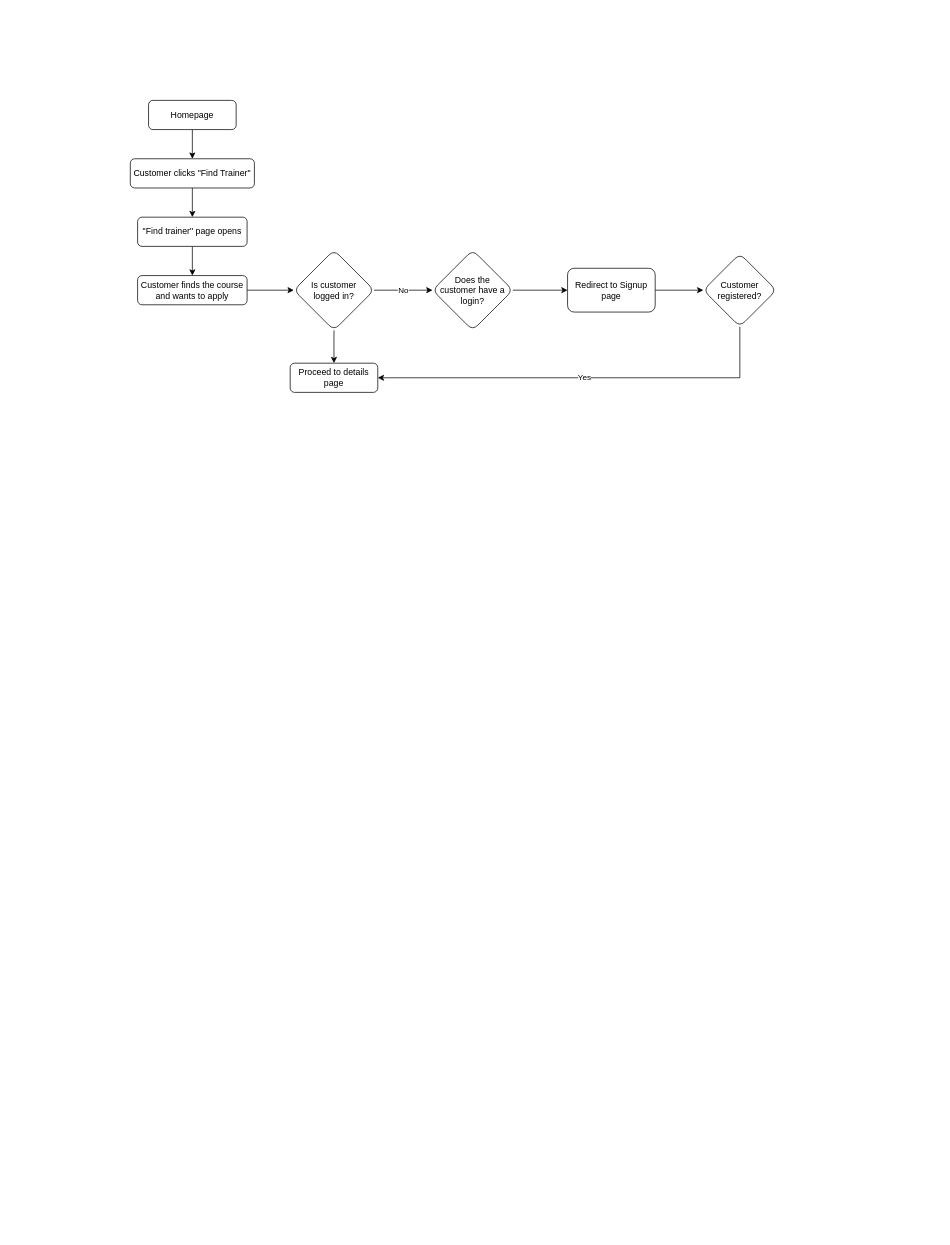
Above: page "Course Registration" (1 of 6) of myt-page-workflow.drawio in Emmaroeneyoh/urgent-myt (draw.io), before the change. Source tidied: cells renumbered, new cells numbered last; positions are measured from the earlier drawing's top-left corner, leaving out a move shared by most shapes. Both pictures are drawn from the tidied source at 73%, with x=0, y=0 at pixel (130, 100).
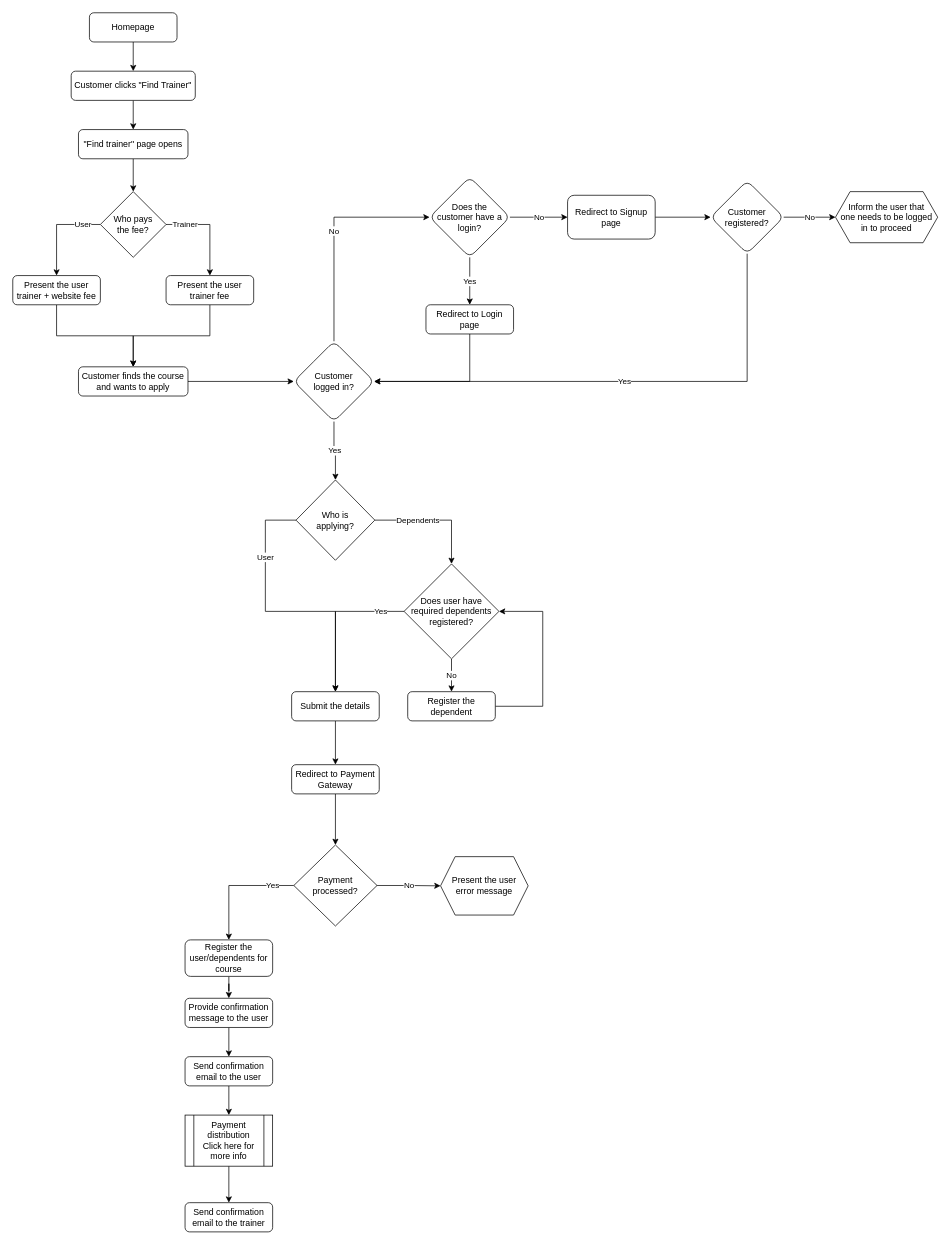
The same page after the edit.

Diff of the diagram source:
```diff
@@
     <mxCell id="3" value="Homepage" style="rounded=1;whiteSpace=wrap;html=1;fontSize=12;glass=0;strokeWidth=1;shadow=0;" parent="1" vertex="1">
-      <mxGeometry x="25" width="120" height="40" as="geometry" />
+      <mxGeometry x="-56" y="-120" width="120" height="40" as="geometry" />
     </mxCell>
@@
     <mxCell id="5" value="Customer clicks &quot;Find Trainer&quot;" style="rounded=1;whiteSpace=wrap;html=1;" parent="1" vertex="1">
-      <mxGeometry y="80" width="170" height="40" as="geometry" />
+      <mxGeometry x="-81" y="-40" width="170" height="40" as="geometry" />
     </mxCell>
-    <mxCell id="6" style="edgeStyle=orthogonalEdgeStyle;rounded=0;jettySize=auto;html=1;" parent="1" edge="1" source="7" target="9">
-      <mxGeometry relative="1" as="geometry" />
-    </mxCell>
+    <mxCell id="20" style="edgeStyle=orthogonalEdgeStyle;rounded=0;jettySize=auto;html=1;" parent="1" edge="1" source="7" target="49">
+      <mxGeometry relative="1" as="geometry" />
+    </mxCell>
     <mxCell id="7" value="&quot;Find trainer&quot; page opens" style="rounded=1;whiteSpace=wrap;html=1;" parent="1" vertex="1">
-      <mxGeometry x="10" y="160" width="150" height="40" as="geometry" />
+      <mxGeometry x="-71" y="40" width="150" height="40" as="geometry" />
     </mxCell>
-    <mxCell id="8" style="edgeStyle=orthogonalEdgeStyle;rounded=0;jettySize=auto;html=1;" parent="1" edge="1" source="9" target="12">
+    <mxCell id="8" style="edgeStyle=orthogonalEdgeStyle;rounded=0;jettySize=auto;html=1;entryX=0;entryY=0.5;entryDx=0;entryDy=0;" parent="1" edge="1" source="9" target="12">
       <mxGeometry relative="1" as="geometry" />
     </mxCell>
     <mxCell id="9" value="Customer finds the course and wants to apply" style="whiteSpace=wrap;html=1;rounded=1;" parent="1" vertex="1">
-      <mxGeometry x="10" y="240" width="150" height="40" as="geometry" />
+      <mxGeometry x="-71" y="365" width="150" height="40" as="geometry" />
     </mxCell>
-    <mxCell id="10" value="No" style="edgeStyle=orthogonalEdgeStyle;rounded=0;jettySize=auto;html=1;" parent="1" edge="1" source="12" target="14">
+    <mxCell id="10" value="No" style="edgeStyle=orthogonalEdgeStyle;rounded=0;jettySize=auto;html=1;exitX=0.5;exitY=0;exitDx=0;exitDy=0;entryX=0;entryY=0.5;entryDx=0;entryDy=0;" parent="1" edge="1" source="12" target="14">
       <mxGeometry relative="1" as="geometry" />
     </mxCell>
-    <mxCell id="11" style="edgeStyle=orthogonalEdgeStyle;rounded=0;jettySize=auto;html=1;" parent="1" edge="1" source="12" target="15">
+    <mxCell id="11" value="Yes" style="edgeStyle=orthogonalEdgeStyle;rounded=0;jettySize=auto;html=1;entryX=0.5;entryY=0;entryDx=0;entryDy=0;" parent="1" edge="1" source="12" target="28">
       <mxGeometry relative="1" as="geometry" />
     </mxCell>
-    <mxCell id="12" value="Is customer&lt;br&gt;logged in?" style="rhombus;whiteSpace=wrap;html=1;rounded=1;" parent="1" vertex="1">
-      <mxGeometry x="224" y="205" width="110" height="110" as="geometry" />
+    <mxCell id="12" value="Customer&lt;br&gt;logged in?" style="rhombus;whiteSpace=wrap;html=1;rounded=1;" parent="1" vertex="1">
+      <mxGeometry x="224" y="330" width="110" height="110" as="geometry" />
     </mxCell>
-    <mxCell id="13" style="edgeStyle=orthogonalEdgeStyle;rounded=0;jettySize=auto;html=1;" parent="1" edge="1" source="14" target="17">
+    <mxCell id="13" value="No" style="edgeStyle=orthogonalEdgeStyle;rounded=0;jettySize=auto;html=1;" parent="1" edge="1" source="14" target="17">
       <mxGeometry relative="1" as="geometry" />
     </mxCell>
+    <mxCell id="21" value="Yes" style="edgeStyle=orthogonalEdgeStyle;rounded=0;jettySize=auto;html=1;" parent="1" edge="1" source="14" target="24">
+      <mxGeometry relative="1" as="geometry" />
+    </mxCell>
     <mxCell id="14" value="Does the&lt;br&gt;customer have a login?" style="rhombus;whiteSpace=wrap;html=1;rounded=1;" parent="1" vertex="1">
-      <mxGeometry x="414" y="205" width="110" height="110" as="geometry" />
+      <mxGeometry x="410" y="105" width="110" height="110" as="geometry" />
     </mxCell>
-    <mxCell id="15" value="Proceed to details page" style="whiteSpace=wrap;html=1;rounded=1;" parent="1" vertex="1">
-      <mxGeometry x="219" y="360" width="120" height="40" as="geometry" />
-    </mxCell>
@@
     <mxCell id="17" value="Redirect to Signup page" style="whiteSpace=wrap;html=1;rounded=1;" parent="1" vertex="1">
-      <mxGeometry x="599" y="230" width="120" height="60" as="geometry" />
+      <mxGeometry x="599" y="130" width="120" height="60" as="geometry" />
     </mxCell>
-    <mxCell id="18" value="Yes" style="edgeStyle=orthogonalEdgeStyle;rounded=0;jettySize=auto;html=1;exitX=0.5;exitY=1;exitDx=0;exitDy=0;entryX=1;entryY=0.5;entryDx=0;entryDy=0;" parent="1" edge="1" source="19" target="15">
+    <mxCell id="18" value="Yes" style="edgeStyle=orthogonalEdgeStyle;rounded=0;jettySize=auto;html=1;exitX=0.5;exitY=1;exitDx=0;exitDy=0;entryX=1;entryY=0.5;entryDx=0;entryDy=0;" parent="1" edge="1" source="19" target="12">
       <mxGeometry relative="1" as="geometry" />
     </mxCell>
+    <mxCell id="22" value="No" style="edgeStyle=orthogonalEdgeStyle;rounded=0;jettySize=auto;html=1;exitX=1;exitY=0.5;exitDx=0;exitDy=0;entryX=0;entryY=0.5;entryDx=0;entryDy=0;" parent="1" edge="1" source="19" target="25">
+      <mxGeometry relative="1" as="geometry" />
+    </mxCell>
     <mxCell id="19" value="Customer registered?" style="rhombus;whiteSpace=wrap;html=1;rounded=1;" parent="1" vertex="1">
-      <mxGeometry x="785" y="210" width="100" height="100" as="geometry" />
+      <mxGeometry x="795" y="110" width="100" height="100" as="geometry" />
     </mxCell>
+    <mxCell id="23" style="edgeStyle=orthogonalEdgeStyle;rounded=0;jettySize=auto;html=1;entryX=1;entryY=0.5;entryDx=0;entryDy=0;exitX=0.5;exitY=1;exitDx=0;exitDy=0;" parent="1" edge="1" source="24" target="12">
+      <mxGeometry relative="1" as="geometry" />
+    </mxCell>
+    <mxCell id="24" value="Redirect to Login page" style="whiteSpace=wrap;html=1;rounded=1;" parent="1" vertex="1">
+      <mxGeometry x="405" y="280" width="120" height="40" as="geometry" />
+    </mxCell>
+    <mxCell id="25" value="Inform the user that&lt;br&gt;one needs to be logged in to proceed" style="shape=hexagon;perimeter=hexagonPerimeter2;whiteSpace=wrap;html=1;fixedSize=1;" parent="1" vertex="1">
+      <mxGeometry x="966" y="125" width="140" height="70" as="geometry" />
+    </mxCell>
+    <mxCell id="26" value="Dependents" style="edgeStyle=orthogonalEdgeStyle;rounded=0;jettySize=auto;html=1;entryX=0.5;entryY=0;entryDx=0;entryDy=0;" parent="1" edge="1" source="28" target="31">
+      <mxGeometry x="-0.29" relative="1" as="geometry" />
+    </mxCell>
+    <mxCell id="27" value="User" style="edgeStyle=orthogonalEdgeStyle;rounded=0;jettySize=auto;html=1;entryX=0.5;entryY=0;entryDx=0;entryDy=0;exitX=0;exitY=0.5;exitDx=0;exitDy=0;" parent="1" edge="1" source="28" target="33">
+      <mxGeometry x="-0.5" relative="1" as="geometry">
+        <Array as="points">
+          <mxPoint x="185" y="575" />
+          <mxPoint x="185" y="700" />
+          <mxPoint x="281" y="700" />
+        </Array>
+      </mxGeometry>
+    </mxCell>
+    <mxCell id="28" value="Who is&lt;br&gt;applying?" style="rhombus;whiteSpace=wrap;html=1;" parent="1" vertex="1">
+      <mxGeometry x="227" y="520" width="108" height="110" as="geometry" />
+    </mxCell>
+    <mxCell id="29" value="Yes" style="edgeStyle=orthogonalEdgeStyle;rounded=0;jettySize=auto;html=1;entryX=0.5;entryY=0;entryDx=0;entryDy=0;" parent="1" edge="1" source="31" target="33">
+      <mxGeometry x="-0.69" relative="1" as="geometry" />
+    </mxCell>
+    <mxCell id="30" value="No" style="edgeStyle=orthogonalEdgeStyle;rounded=0;jettySize=auto;html=1;entryX=0.5;entryY=0;entryDx=0;entryDy=0;" parent="1" edge="1" source="31" target="35">
+      <mxGeometry relative="1" as="geometry" />
+    </mxCell>
+    <mxCell id="31" value="Does user have required dependents&lt;br&gt;registered?" style="rhombus;whiteSpace=wrap;html=1;" parent="1" vertex="1">
+      <mxGeometry x="375" y="635" width="130" height="130" as="geometry" />
+    </mxCell>
+    <mxCell id="32" style="edgeStyle=orthogonalEdgeStyle;rounded=0;jettySize=auto;html=1;" parent="1" edge="1" source="33" target="37">
+      <mxGeometry relative="1" as="geometry" />
+    </mxCell>
+    <mxCell id="33" value="Submit the details" style="rounded=1;whiteSpace=wrap;html=1;" parent="1" vertex="1">
+      <mxGeometry x="221" y="810" width="120" height="40" as="geometry" />
+    </mxCell>
+    <mxCell id="34" style="edgeStyle=orthogonalEdgeStyle;rounded=0;jettySize=auto;html=1;entryX=1;entryY=0.5;entryDx=0;entryDy=0;exitX=1;exitY=0.5;exitDx=0;exitDy=0;" parent="1" edge="1" source="35" target="31">
+      <mxGeometry relative="1" as="geometry">
+        <Array as="points">
+          <mxPoint x="565" y="830" />
+          <mxPoint x="565" y="700" />
+        </Array>
+      </mxGeometry>
+    </mxCell>
+    <mxCell id="35" value="Register the dependent" style="rounded=1;whiteSpace=wrap;html=1;" parent="1" vertex="1">
+      <mxGeometry x="380" y="810" width="120" height="40" as="geometry" />
+    </mxCell>
+    <mxCell id="36" style="edgeStyle=orthogonalEdgeStyle;rounded=0;jettySize=auto;html=1;entryX=0.5;entryY=0;entryDx=0;entryDy=0;" parent="1" edge="1" source="37" target="40">
+      <mxGeometry relative="1" as="geometry" />
+    </mxCell>
+    <mxCell id="37" value="Redirect to Payment Gateway" style="rounded=1;whiteSpace=wrap;html=1;" parent="1" vertex="1">
+      <mxGeometry x="221" y="910" width="120" height="40" as="geometry" />
+    </mxCell>
+    <mxCell id="38" value="Yes" style="edgeStyle=orthogonalEdgeStyle;rounded=0;jettySize=auto;html=1;entryX=0.5;entryY=0;entryDx=0;entryDy=0;" parent="1" edge="1" source="40" target="42">
+      <mxGeometry x="-0.65" relative="1" as="geometry" />
+    </mxCell>
+    <mxCell id="39" value="No" style="edgeStyle=orthogonalEdgeStyle;rounded=0;jettySize=auto;html=1;entryX=0;entryY=0.5;entryDx=0;entryDy=0;" parent="1" edge="1" source="40" target="54">
+      <mxGeometry relative="1" as="geometry" />
+    </mxCell>
+    <mxCell id="40" value="Payment processed?" style="rhombus;whiteSpace=wrap;html=1;" parent="1" vertex="1">
+      <mxGeometry x="224" y="1020" width="114" height="111" as="geometry" />
+    </mxCell>
+    <mxCell id="41" style="edgeStyle=orthogonalEdgeStyle;rounded=0;jettySize=auto;html=1;" parent="1" edge="1" source="42" target="44">
+      <mxGeometry relative="1" as="geometry" />
+    </mxCell>
+    <mxCell id="42" value="Register the user/dependents for course" style="rounded=1;whiteSpace=wrap;html=1;" parent="1" vertex="1">
+      <mxGeometry x="75" y="1150" width="120" height="50" as="geometry" />
+    </mxCell>
+    <mxCell id="43" style="edgeStyle=orthogonalEdgeStyle;rounded=0;jettySize=auto;html=1;" parent="1" edge="1" source="44" target="46">
+      <mxGeometry relative="1" as="geometry" />
+    </mxCell>
+    <mxCell id="44" value="Provide confirmation message to the user" style="rounded=1;whiteSpace=wrap;html=1;" parent="1" vertex="1">
+      <mxGeometry x="75" y="1230" width="120" height="40" as="geometry" />
+    </mxCell>
+    <mxCell id="45" style="edgeStyle=orthogonalEdgeStyle;rounded=0;jettySize=auto;html=1;entryX=0.5;entryY=0;entryDx=0;entryDy=0;" parent="1" edge="1" source="46" target="56">
+      <mxGeometry relative="1" as="geometry" />
+    </mxCell>
+    <mxCell id="46" value="Send confirmation email to the user" style="rounded=1;whiteSpace=wrap;html=1;" parent="1" vertex="1">
+      <mxGeometry x="75" y="1310" width="120" height="40" as="geometry" />
+    </mxCell>
+    <mxCell id="47" value="User" style="edgeStyle=orthogonalEdgeStyle;rounded=0;jettySize=auto;html=1;entryX=0.5;entryY=0;entryDx=0;entryDy=0;exitX=0;exitY=0.5;exitDx=0;exitDy=0;" parent="1" edge="1" source="49" target="51">
+      <mxGeometry x="-0.63" relative="1" as="geometry" />
+    </mxCell>
+    <mxCell id="48" value="Trainer" style="edgeStyle=orthogonalEdgeStyle;rounded=0;jettySize=auto;html=1;entryX=0.5;entryY=0;entryDx=0;entryDy=0;exitX=1;exitY=0.5;exitDx=0;exitDy=0;" parent="1" edge="1" source="49" target="53">
+      <mxGeometry x="-0.6" relative="1" as="geometry" />
+    </mxCell>
+    <mxCell id="49" value="Who pays&lt;br&gt;the fee?" style="rhombus;whiteSpace=wrap;html=1;" parent="1" vertex="1">
+      <mxGeometry x="-41" y="125" width="90" height="90" as="geometry" />
+    </mxCell>
+    <mxCell id="50" style="edgeStyle=orthogonalEdgeStyle;rounded=0;jettySize=auto;html=1;entryX=0.5;entryY=0;entryDx=0;entryDy=0;" parent="1" edge="1" source="51" target="9">
+      <mxGeometry relative="1" as="geometry" />
+    </mxCell>
+    <mxCell id="51" value="Present the user trainer + website fee" style="rounded=1;whiteSpace=wrap;html=1;" parent="1" vertex="1">
+      <mxGeometry x="-161" y="240" width="120" height="40" as="geometry" />
+    </mxCell>
+    <mxCell id="52" style="edgeStyle=orthogonalEdgeStyle;rounded=0;jettySize=auto;html=1;entryX=0.5;entryY=0;entryDx=0;entryDy=0;" parent="1" edge="1" source="53" target="9">
+      <mxGeometry relative="1" as="geometry" />
+    </mxCell>
+    <mxCell id="53" value="Present the user trainer fee" style="rounded=1;whiteSpace=wrap;html=1;" parent="1" vertex="1">
+      <mxGeometry x="49" y="240" width="120" height="40" as="geometry" />
+    </mxCell>
+    <mxCell id="54" value="Present the user&lt;br&gt;error message" style="shape=hexagon;perimeter=hexagonPerimeter2;whiteSpace=wrap;html=1;fixedSize=1;" parent="1" vertex="1">
+      <mxGeometry x="425" y="1036" width="120" height="80" as="geometry" />
+    </mxCell>
+    <mxCell id="55" style="edgeStyle=orthogonalEdgeStyle;rounded=0;jettySize=auto;html=1;entryX=0.5;entryY=0;entryDx=0;entryDy=0;" parent="1" edge="1" source="56" target="57">
+      <mxGeometry relative="1" as="geometry" />
+    </mxCell>
+    <mxCell id="56" value="Payment distribution&lt;br&gt;Click here for more info" style="shape=process;whiteSpace=wrap;html=1;backgroundOutline=1;" parent="1" vertex="1">
+      <mxGeometry x="75" y="1390" width="120" height="70" as="geometry" />
+    </mxCell>
+    <mxCell id="57" value="Send confirmation email to the trainer" style="whiteSpace=wrap;html=1;rounded=1;" parent="1" vertex="1">
+      <mxGeometry x="75" y="1510" width="120" height="40" as="geometry" />
+    </mxCell>
```
